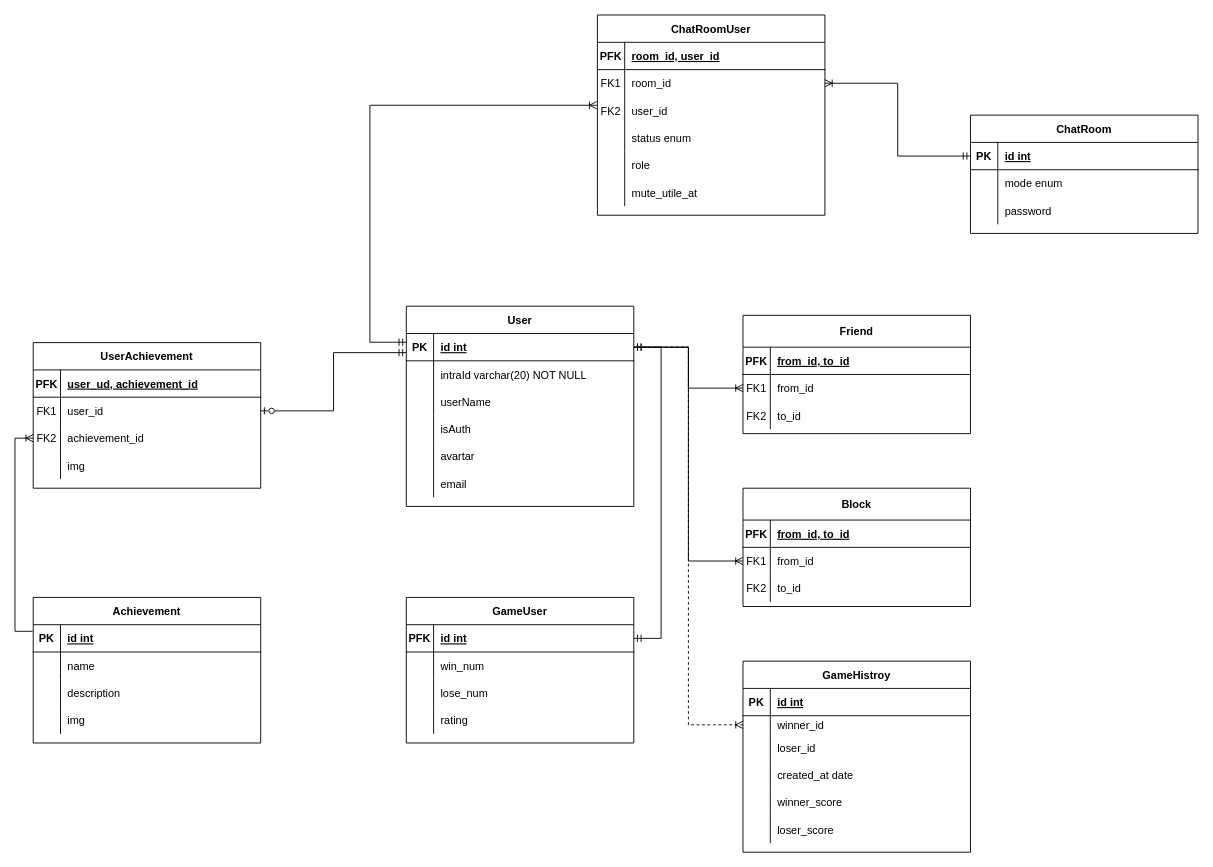
42MVP/ft_transcendence keeps this draw.io diagram as Untitled.drawio. Above is the earlier version. Source tidied: cells renumbered, new cells numbered last; positions are measured from the earlier drawing's top-left corner, leaving out a move shared by most shapes. Both pictures are drawn from the tidied source at 91%, with x=0, y=0 at pixel (33, 15).
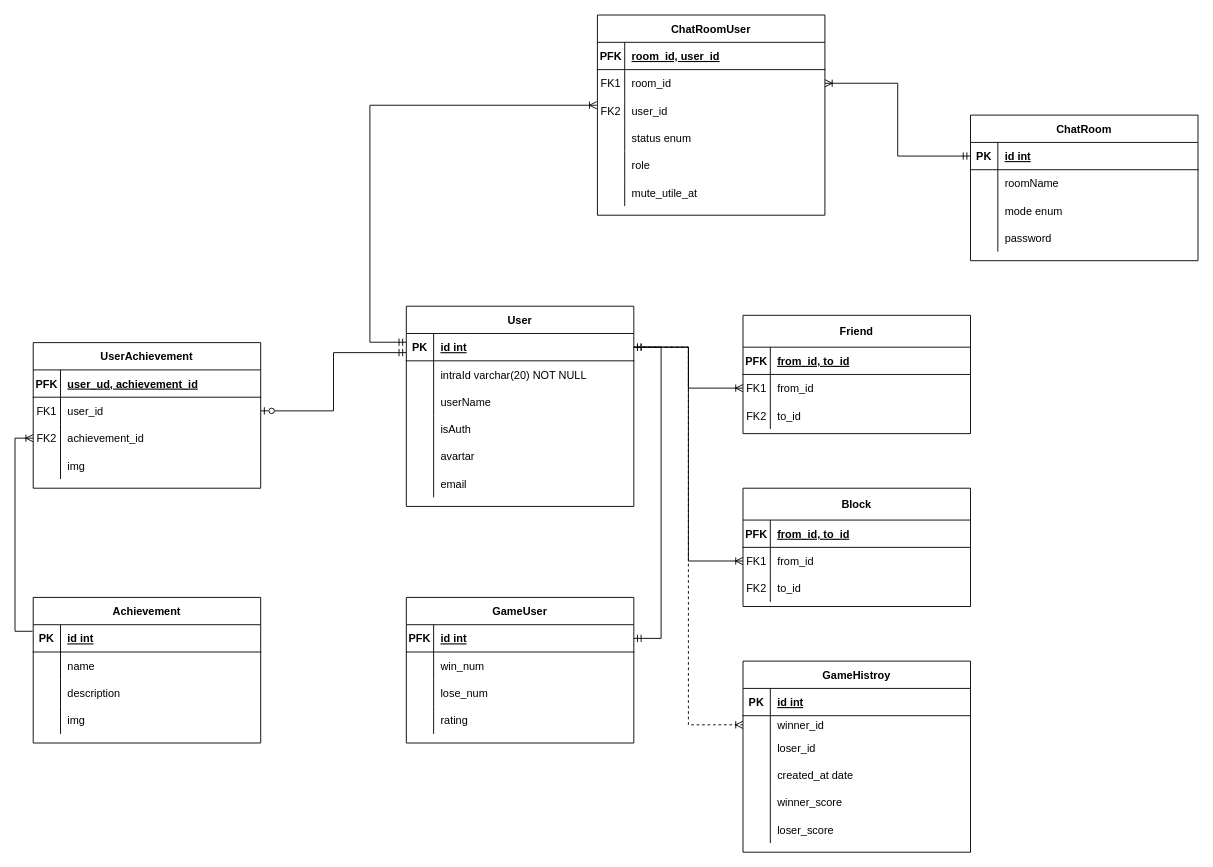
The same page after the edit.

Commit message:
[BE] 📝 DOC: ChatRoom 테이블에 roomName 추가

Change to the diagram source:
```diff
@@
     <mxCell id="63" value="ChatRoom" style="shape=table;startSize=30;childLayout=tableLayout;rowLines=0;fontStyle=1;align=center;" parent="1" vertex="1">
-      <mxGeometry x="1030" y="110" width="250" height="130" as="geometry" />
+      <mxGeometry x="1030" y="110" width="250" height="160" as="geometry" />
     </mxCell>
@@
+    <mxCell id="136" style="shape=partialRectangle;fillColor=none;top=0;left=0;right=0;bottom=0;" parent="63" vertex="1">
+      <mxGeometry y="60" width="250" height="30" as="geometry" />
+    </mxCell>
+    <mxCell id="137" style="shape=partialRectangle;overflow=hidden;fillColor=none;top=0;left=0;bottom=0;right=0;" parent="136" vertex="1">
+      <mxGeometry width="30" height="30" as="geometry" />
+    </mxCell>
+    <mxCell id="138" value="roomName" style="shape=partialRectangle;overflow=hidden;fillColor=none;top=0;left=0;bottom=0;right=0;align=left;spacingLeft=6;" parent="136" vertex="1">
+      <mxGeometry x="30" width="220" height="30" as="geometry" />
+    </mxCell>
     <mxCell id="67" style="shape=partialRectangle;fillColor=none;top=0;left=0;right=0;bottom=0;" parent="63" vertex="1">
-      <mxGeometry y="60" width="250" height="30" as="geometry" />
+      <mxGeometry y="90" width="250" height="30" as="geometry" />
     </mxCell>
@@
     <mxCell id="70" style="shape=partialRectangle;fillColor=none;top=0;left=0;right=0;bottom=0;" parent="63" vertex="1">
-      <mxGeometry y="90" width="250" height="30" as="geometry" />
+      <mxGeometry y="120" width="250" height="30" as="geometry" />
     </mxCell>
```
